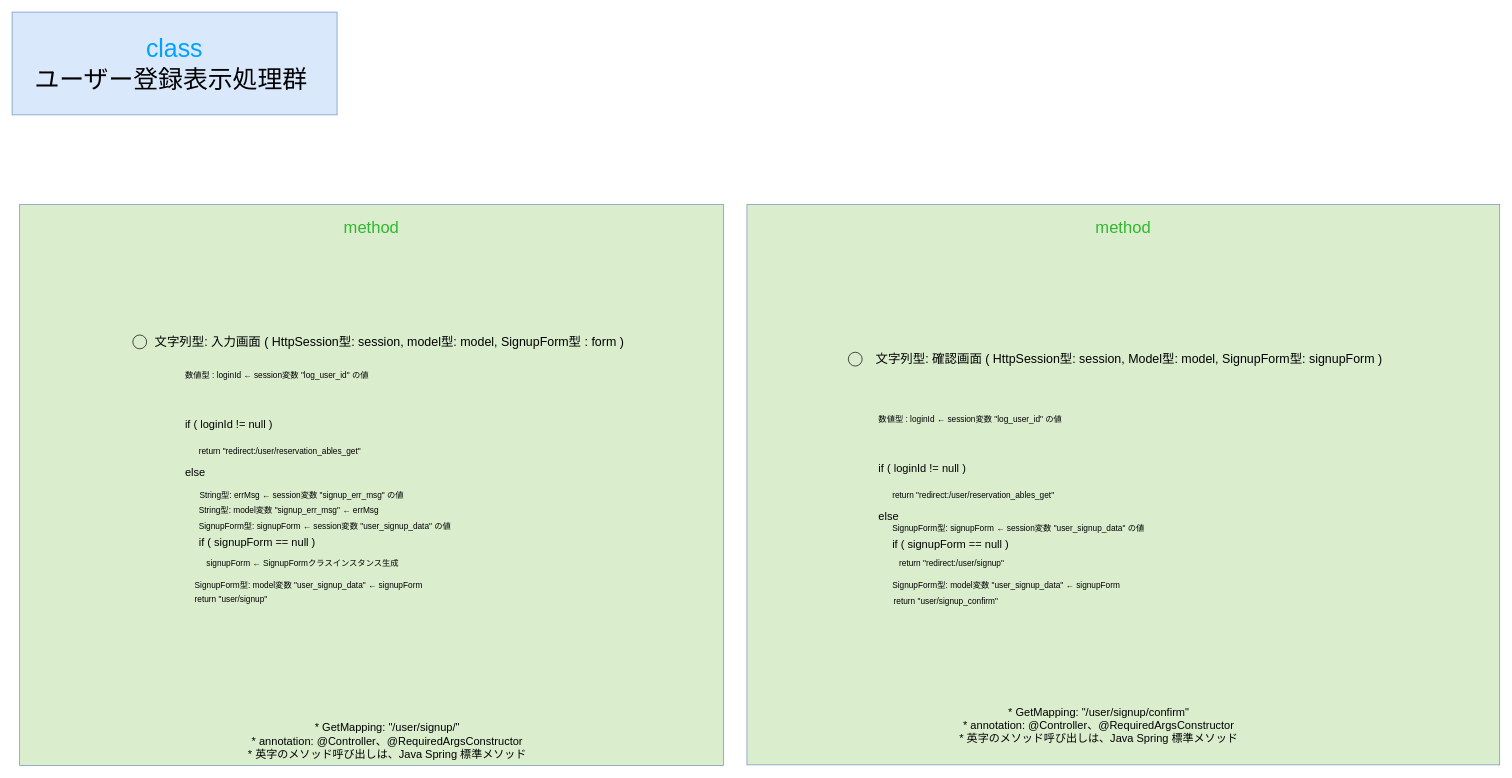
Before: gijigengo/controller/view/user/meeting_reservation_sys controller_view_user SignupViewControllerクラス 疑似言語.drawio in tro319/meeting_reservation_system, a draw.io diagram. Source tidied: cells renumbered, new cells numbered last; positions are measured from the earlier drawing's top-left corner, leaving out a move shared by most shapes. Both pictures are drawn from the tidied source at 69%, with x=0, y=0 at pixel (12, 12).
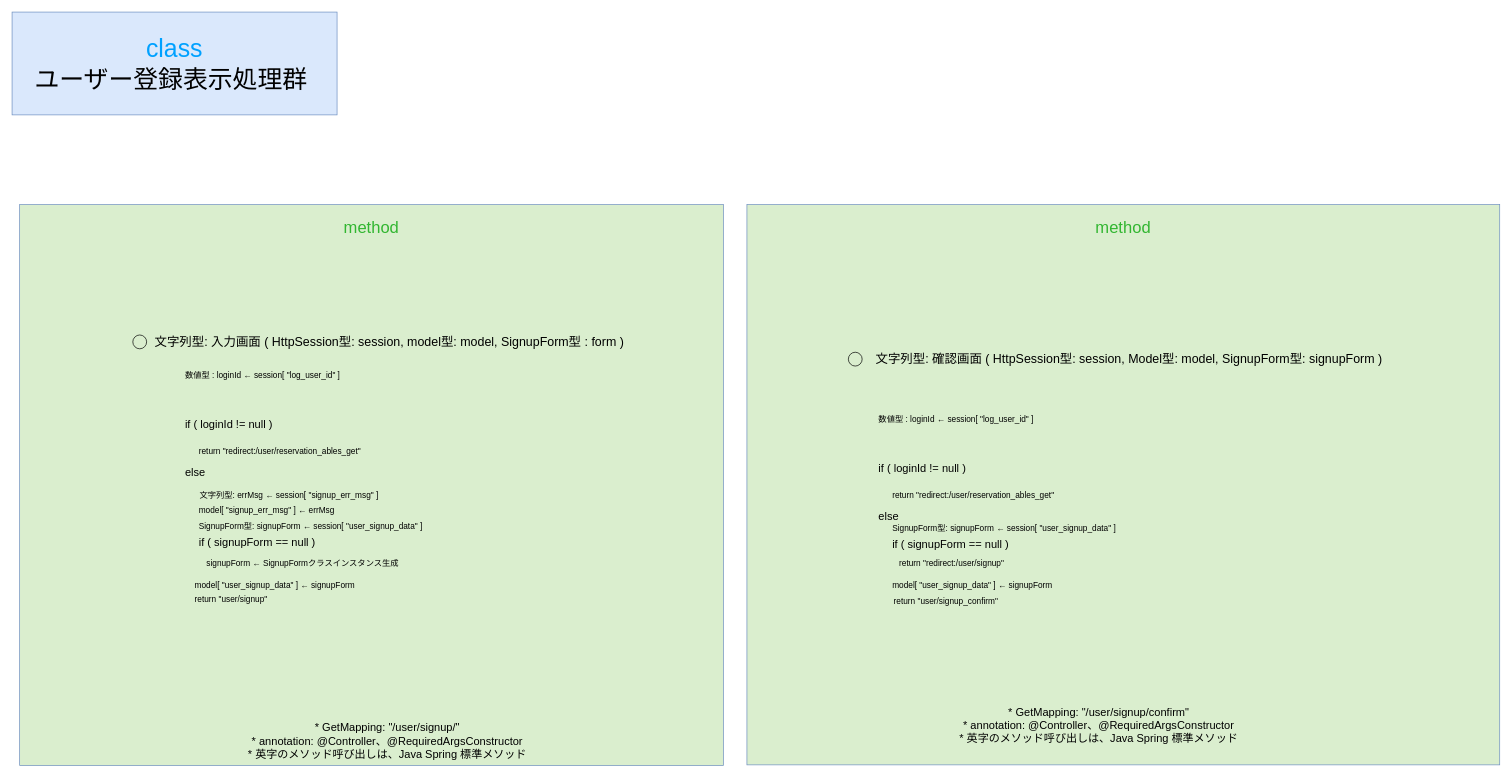
Above is the later version.

Diff of the diagram source:
```diff
@@
-    <mxCell id="4" value="&lt;div&gt;&lt;span style=&quot;color: rgb(0, 0, 0);&quot;&gt;&lt;font&gt;数値型 : loginId ←&amp;nbsp;&lt;/font&gt;&lt;/span&gt;&lt;span style=&quot;color: rgb(0, 0, 0);&quot;&gt;&lt;font&gt;session変数 &quot;log_user_id&quot; の値&lt;/font&gt;&lt;/span&gt;&lt;/div&gt;" style="text;html=1;whiteSpace=wrap;strokeColor=none;fillColor=none;align=left;verticalAlign=middle;rounded=0;fontSize=12;" parent="1" vertex="1">
+    <mxCell id="4" value="&lt;div&gt;&lt;span style=&quot;color: rgb(0, 0, 0);&quot;&gt;&lt;font&gt;数値型 : loginId ←&amp;nbsp;&lt;/font&gt;&lt;/span&gt;&lt;span style=&quot;color: rgb(0, 0, 0);&quot;&gt;&lt;font&gt;session[ &quot;log_user_id&quot; ]&lt;/font&gt;&lt;/span&gt;&lt;/div&gt;" style="text;html=1;whiteSpace=wrap;strokeColor=none;fillColor=none;align=left;verticalAlign=middle;rounded=0;fontSize=12;" parent="1" vertex="1">
       <mxGeometry x="249" y="512" width="590" height="30" as="geometry" />
     </mxCell>
@@
-    <mxCell id="7" value="SignupForm型: signupForm ← session変数 &quot;user_signup_data&quot; の値&amp;nbsp;" style="text;html=1;whiteSpace=wrap;strokeColor=none;fillColor=none;align=left;verticalAlign=middle;rounded=0;" parent="1" vertex="1">
+    <mxCell id="7" value="SignupForm型: signupForm ← session[ &quot;user_signup_data&quot; ]" style="text;html=1;whiteSpace=wrap;strokeColor=none;fillColor=none;align=left;verticalAlign=middle;rounded=0;" parent="1" vertex="1">
       <mxGeometry x="269" y="730" width="590" height="30" as="geometry" />
     </mxCell>
@@
-    <mxCell id="12" value="&lt;div&gt;&lt;span style=&quot;color: rgb(0, 0, 0);&quot;&gt;&lt;font&gt;数値型 : loginId ←&amp;nbsp;&lt;/font&gt;&lt;/span&gt;&lt;span style=&quot;color: rgb(0, 0, 0);&quot;&gt;&lt;font&gt;session変数 &quot;log_user_id&quot; の値&lt;/font&gt;&lt;/span&gt;&lt;/div&gt;" style="text;html=1;whiteSpace=wrap;strokeColor=none;fillColor=none;align=left;verticalAlign=middle;rounded=0;fontSize=12;" parent="1" vertex="1">
+    <mxCell id="12" value="&lt;div&gt;&lt;span style=&quot;color: rgb(0, 0, 0);&quot;&gt;&lt;font&gt;数値型 : loginId ←&amp;nbsp;&lt;/font&gt;&lt;/span&gt;&lt;span style=&quot;color: rgb(0, 0, 0);&quot;&gt;&lt;font&gt;session[ &quot;log_user_id&quot; ]&lt;/font&gt;&lt;/span&gt;&lt;/div&gt;" style="text;html=1;whiteSpace=wrap;strokeColor=none;fillColor=none;align=left;verticalAlign=middle;rounded=0;fontSize=12;" parent="1" vertex="1">
       <mxGeometry x="1253.5" y="576" width="590" height="30" as="geometry" />
     </mxCell>
@@
-    <mxCell id="20" value="SignupForm型: signupForm ←&amp;nbsp;session変数 &quot;user_signup_data&quot; の値" style="text;html=1;whiteSpace=wrap;strokeColor=none;fillColor=none;align=left;verticalAlign=middle;rounded=0;" parent="1" vertex="1">
+    <mxCell id="20" value="SignupForm型: signupForm ←&amp;nbsp;session[ &quot;user_signup_data&quot; ]" style="text;html=1;whiteSpace=wrap;strokeColor=none;fillColor=none;align=left;verticalAlign=middle;rounded=0;" parent="1" vertex="1">
       <mxGeometry x="1273.5" y="734" width="590" height="30" as="geometry" />
     </mxCell>
@@
-    <mxCell id="28" value="SignupForm型: model変数 &quot;user_signup_data&quot; ← signupForm" style="text;html=1;whiteSpace=wrap;strokeColor=none;fillColor=none;align=left;verticalAlign=middle;rounded=0;" parent="1" vertex="1">
+    <mxCell id="28" value="model[ &quot;user_signup_data&quot; ] ← signupForm" style="text;html=1;whiteSpace=wrap;strokeColor=none;fillColor=none;align=left;verticalAlign=middle;rounded=0;" parent="1" vertex="1">
       <mxGeometry x="1273.5" y="816" width="590" height="30" as="geometry" />
     </mxCell>
-    <mxCell id="29" value="String型: errMsg ← session変数 &quot;signup_err_msg&quot; の値&amp;nbsp;" style="text;html=1;whiteSpace=wrap;strokeColor=none;fillColor=none;align=left;verticalAlign=middle;rounded=0;" parent="1" vertex="1">
+    <mxCell id="29" value="文字列型: errMsg ← session[ &quot;signup_err_msg&quot; ]" style="text;html=1;whiteSpace=wrap;strokeColor=none;fillColor=none;align=left;verticalAlign=middle;rounded=0;" parent="1" vertex="1">
       <mxGeometry x="270" y="686" width="590" height="30" as="geometry" />
     </mxCell>
-    <mxCell id="30" value="String型: model変数 &quot;signup_err_msg&quot; ← errMsg&amp;nbsp;" style="text;html=1;whiteSpace=wrap;strokeColor=none;fillColor=none;align=left;verticalAlign=middle;rounded=0;" parent="1" vertex="1">
+    <mxCell id="30" value="model[ &quot;signup_err_msg&quot; ] ← errMsg&amp;nbsp;" style="text;html=1;whiteSpace=wrap;strokeColor=none;fillColor=none;align=left;verticalAlign=middle;rounded=0;" parent="1" vertex="1">
       <mxGeometry x="269" y="707" width="590" height="30" as="geometry" />
     </mxCell>
-    <mxCell id="31" value="SignupForm型: model変数 &quot;user_signup_data&quot; ← signupForm" style="text;html=1;whiteSpace=wrap;strokeColor=none;fillColor=none;align=left;verticalAlign=middle;rounded=0;" parent="1" vertex="1">
+    <mxCell id="31" value="model[ &quot;user_signup_data&quot; ] ← signupForm" style="text;html=1;whiteSpace=wrap;strokeColor=none;fillColor=none;align=left;verticalAlign=middle;rounded=0;" parent="1" vertex="1">
       <mxGeometry x="263" y="816" width="590" height="30" as="geometry" />
     </mxCell>
```
